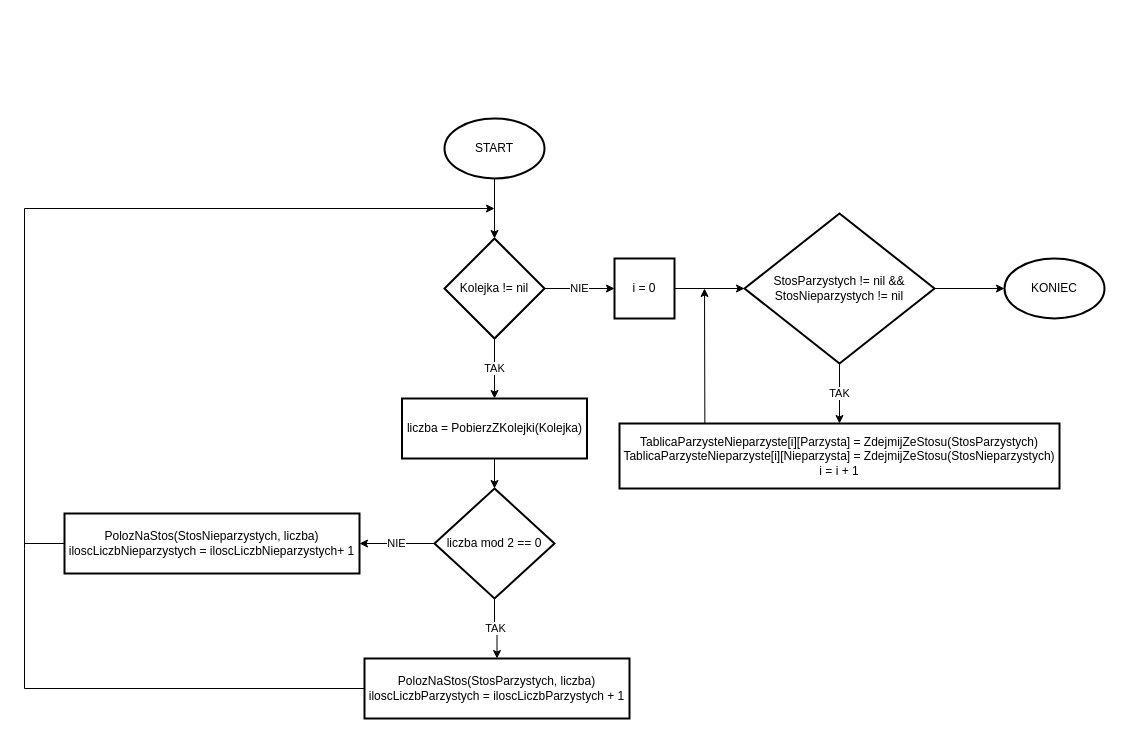
The draw.io diagram algorytmy-i-struktury-danych/LiczbyParzysteNieparzyste.drawio in MichalPniak/diagrams.net, before the edit. Source tidied: cells renumbered, new cells numbered last; positions are measured from the earlier drawing's top-left corner, leaving out a move shared by most shapes. Both pictures are drawn from the tidied source at 100%, with x=0, y=0 at pixel (24, 118).
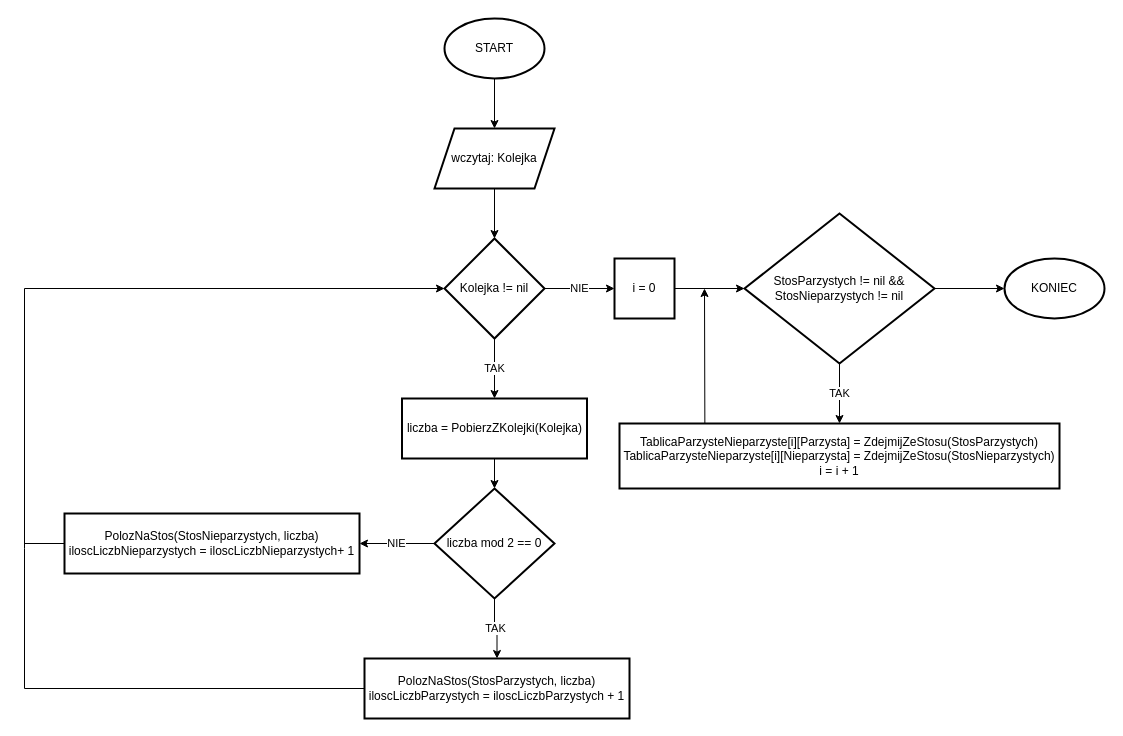
The same diagram, later.

Unchanged cells that the change refers to:
```xml
<mxCell id="6" value="Kolejka != nil" style="rhombus;whiteSpace=wrap;html=1;strokeWidth=2;" parent="1" vertex="1">
  <mxGeometry x="420" y="120" width="100" height="100" as="geometry" />
</mxCell>
<mxCell id="13" value="PolozNaStos(StosParzystych, liczba)&lt;br&gt;iloscLiczbParzystych = iloscLiczbParzystych + 1" style="whiteSpace=wrap;html=1;strokeWidth=2;" parent="1" vertex="1">
  <mxGeometry x="340" y="540" width="265" height="60" as="geometry" />
</mxCell>
```

Change to the diagram source:
```diff
@@
-    <mxCell id="2" style="edgeStyle=orthogonalEdgeStyle;rounded=0;jettySize=auto;html=1;" parent="1" edge="1" source="3" target="6">
-      <mxGeometry relative="1" as="geometry" />
-    </mxCell>
+    <mxCell id="25" style="edgeStyle=orthogonalEdgeStyle;rounded=0;jettySize=auto;html=1;" parent="1" edge="1" source="3" target="27">
+      <mxGeometry relative="1" as="geometry" />
+    </mxCell>
     <mxCell id="3" value="START" style="strokeWidth=2;html=1;shape=mxgraph.flowchart.start_1;whiteSpace=wrap;" parent="1" vertex="1">
-      <mxGeometry x="420" width="100" height="60" as="geometry" />
+      <mxGeometry x="420" y="-100" width="100" height="60" as="geometry" />
     </mxCell>
@@
-    <mxCell id="12" style="edgeStyle=none;rounded=0;jettySize=auto;html=1;exitX=0;exitY=0.5;exitDx=0;exitDy=0;" parent="1" edge="1" source="13">
+    <mxCell id="12" style="edgeStyle=none;rounded=0;jettySize=auto;html=1;exitX=0;exitY=0.5;exitDx=0;exitDy=0;entryX=0;entryY=0.5;entryDx=0;entryDy=0;" parent="1" edge="1" source="13" target="6">
       <mxGeometry relative="1" as="geometry">
-        <mxPoint x="470" y="90" as="targetPoint" />
         <Array as="points">
           <mxPoint y="570" />
           <mxPoint y="430" />
-          <mxPoint y="90" />
+          <mxPoint y="170" />
         </Array>
       </mxGeometry>
     </mxCell>
@@
+    <mxCell id="26" style="edgeStyle=orthogonalEdgeStyle;rounded=0;jettySize=auto;html=1;exitX=0.5;exitY=1;exitDx=0;exitDy=0;" parent="1" edge="1" source="27" target="6">
+      <mxGeometry relative="1" as="geometry" />
+    </mxCell>
+    <mxCell id="27" value="wczytaj: Kolejka" style="shape=parallelogram;perimeter=parallelogramPerimeter;whiteSpace=wrap;html=1;fixedSize=1;strokeWidth=2;" parent="1" vertex="1">
+      <mxGeometry x="410" y="10" width="120" height="60" as="geometry" />
+    </mxCell>
```
